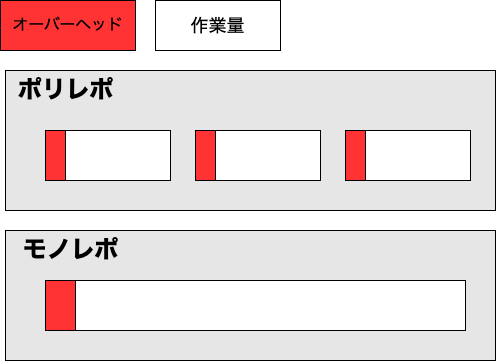
Above: 2024/efficiency.png in Stealthmate/wakate (draw.io), before the change. Source tidied: cells renumbered, new cells last; positions are measured from the earlier drawing's top-left corner, leaving out a move shared by most shapes.
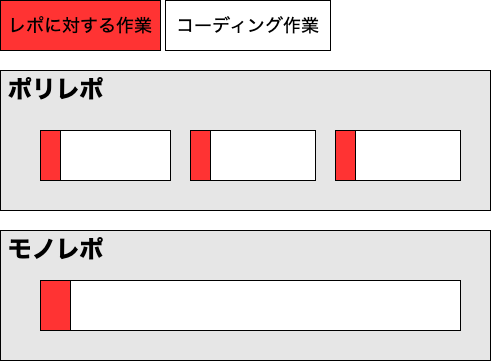
The same file after the commit.

Diff of the diagram source:
```diff
@@ -6,22 +6,22 @@
       <mxGeometry x="5" y="70" width="490" height="140" as="geometry" />
     </mxCell>
     <mxCell id="3" value="ポリレポ" style="text;strokeColor=none;fillColor=none;html=1;fontSize=24;fontStyle=1;verticalAlign=middle;align=center;" parent="1" vertex="1">
-      <mxGeometry x="5" y="70" width="120" height="40" as="geometry" />
+      <mxGeometry x="10" y="70" width="100" height="40" as="geometry" />
     </mxCell>
     <mxCell id="4" style="rounded=0;whiteSpace=wrap;html=1;fillColor=#E6E6E6;" parent="1" vertex="1">
       <mxGeometry x="5" y="230" width="490" height="130" as="geometry" />
     </mxCell>
     <mxCell id="5" value="モノレポ" style="text;strokeColor=none;fillColor=none;html=1;fontSize=24;fontStyle=1;verticalAlign=middle;align=center;" parent="1" vertex="1">
-      <mxGeometry x="5" y="230" width="130" height="40" as="geometry" />
+      <mxGeometry x="10" y="230" width="100" height="40" as="geometry" />
     </mxCell>
     <mxCell id="6" style="rounded=0;whiteSpace=wrap;html=1;" parent="1" vertex="1">
       <mxGeometry x="45" y="280" width="420" height="50" as="geometry" />
     </mxCell>
     <mxCell id="7" style="rounded=0;whiteSpace=wrap;html=1;" parent="1" vertex="1">
-      <mxGeometry x="45" y="130" width="125" height="50" as="geometry" />
+      <mxGeometry x="55" y="130" width="120" height="50" as="geometry" />
     </mxCell>
-    <mxCell id="8" value="&lt;font size=&quot;3&quot;&gt;オーバーヘッド&lt;/font&gt;" style="rounded=0;whiteSpace=wrap;html=1;fillColor=#FF3333;" parent="1" vertex="1">
-      <mxGeometry width="135" height="50" as="geometry" />
+    <mxCell id="8" value="&lt;font style=&quot;font-size: 18px;&quot;&gt;レポに対する作業&lt;/font&gt;" style="rounded=0;whiteSpace=wrap;html=1;fillColor=#FF3333;" parent="1" vertex="1">
+      <mxGeometry x="5" width="160" height="50" as="geometry" />
     </mxCell>
     <mxCell id="9" style="rounded=0;whiteSpace=wrap;html=1;fillColor=#FF3333;" parent="1" vertex="1">
       <mxGeometry x="45" y="280" width="30" height="50" as="geometry" />
@@ -36,13 +36,13 @@
       <mxGeometry x="195" y="130" width="20" height="50" as="geometry" />
     </mxCell>
     <mxCell id="13" style="rounded=0;whiteSpace=wrap;html=1;" parent="1" vertex="1">
-      <mxGeometry x="345" y="130" width="125" height="50" as="geometry" />
+      <mxGeometry x="340" y="130" width="125" height="50" as="geometry" />
     </mxCell>
     <mxCell id="14" style="rounded=0;whiteSpace=wrap;html=1;fillColor=#FF3333;" parent="1" vertex="1">
-      <mxGeometry x="345" y="130" width="20" height="50" as="geometry" />
+      <mxGeometry x="340" y="130" width="20" height="50" as="geometry" />
     </mxCell>
-    <mxCell id="15" value="&lt;span style=&quot;font-size: 18px;&quot;&gt;作業量&lt;/span&gt;" style="rounded=0;whiteSpace=wrap;html=1;" parent="1" vertex="1">
-      <mxGeometry x="155" width="125" height="50" as="geometry" />
+    <mxCell id="15" value="&lt;span style=&quot;font-size: 18px;&quot;&gt;コーディング作業&lt;/span&gt;" style="rounded=0;whiteSpace=wrap;html=1;" parent="1" vertex="1">
+      <mxGeometry x="170" width="165" height="50" as="geometry" />
     </mxCell>
   </root>
 </mxGraphModel>
```
